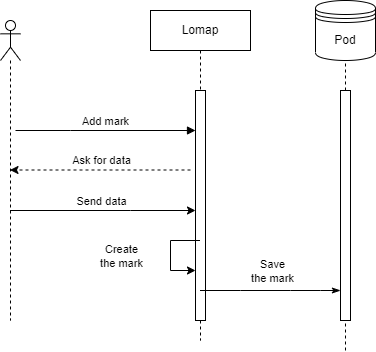
This is docs/images/06_Diagrama_secuencia_anadir_mark.png from Arquisoft/lomap_es2b, a draw.io export, as it was before one commit. Source tidied: cells renumbered, new cells last; positions are measured from the earlier drawing's top-left corner, leaving out a move shared by most shapes.
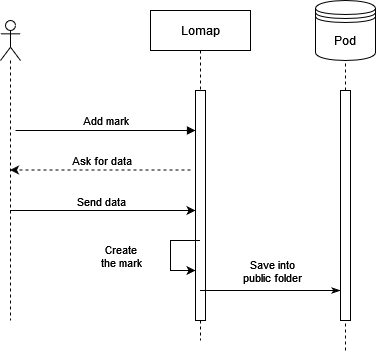
The same file after the commit.

Diff of the diagram source:
```diff
@@ -62,7 +62,7 @@
         </Array>
       </mxGeometry>
     </mxCell>
-    <mxCell id="12" value="Save&lt;br&gt;the mark" style="edgeLabel;html=1;align=center;verticalAlign=middle;" parent="11" vertex="1">
+    <mxCell id="12" value="&lt;div&gt;Save into&lt;/div&gt;&lt;div&gt;public folder&lt;br&gt;&lt;/div&gt;" style="edgeLabel;html=1;align=center;verticalAlign=middle;" parent="11" vertex="1">
       <mxGeometry x="0.16" y="-1" relative="1" as="geometry">
         <mxPoint x="13" y="-19" as="offset" />
       </mxGeometry>
```
